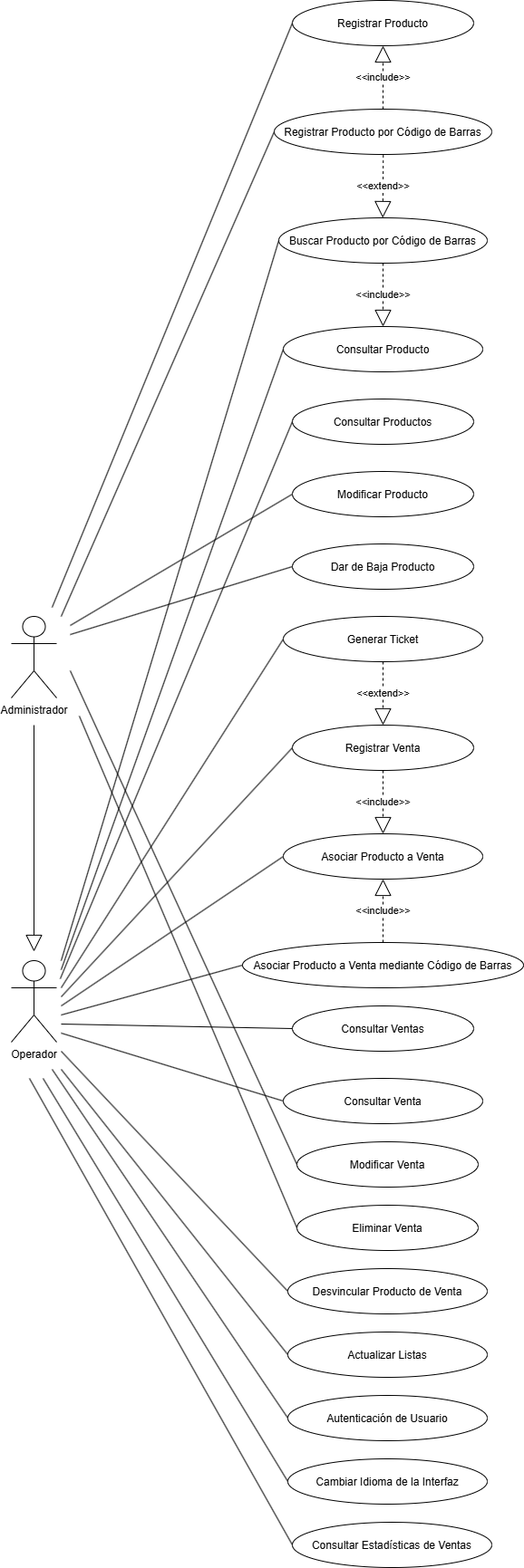
Marcos556149/sales-management-system keeps this draw.io diagram as docs/diagrams/Use_Case_Diagram.png. Above is the earlier version. Source tidied: cells renumbered, new cells last; positions are measured from the earlier drawing's top-left corner, leaving out a move shared by most shapes.
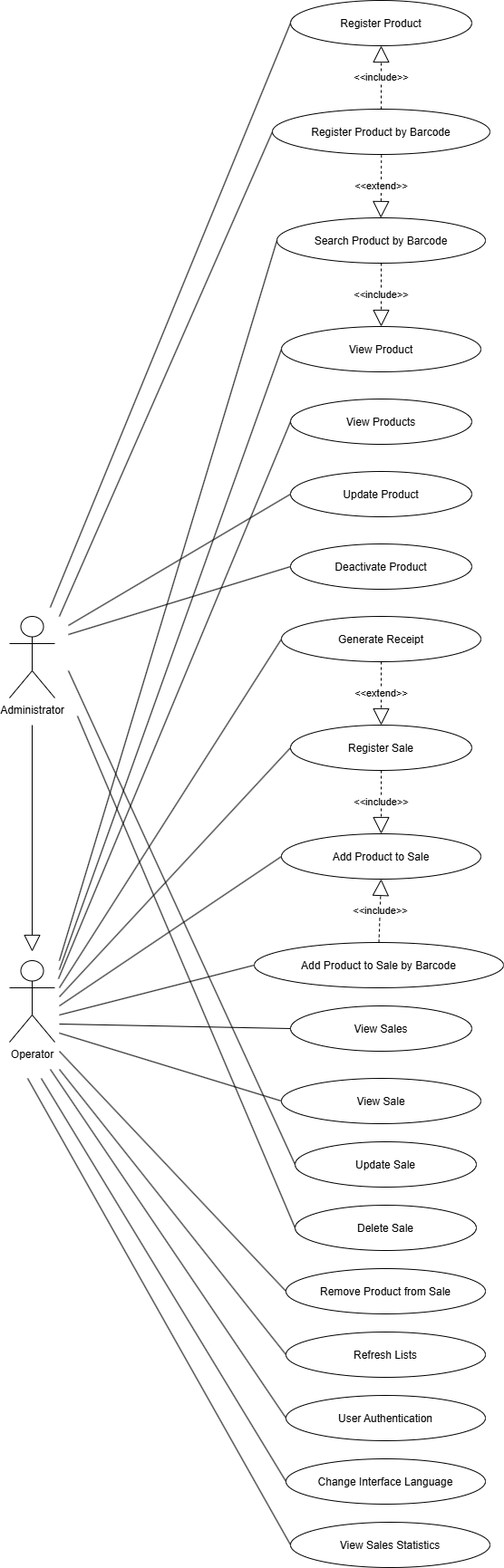
Later version of the same file.

Diff of the diagram source:
```diff
@@ -2,67 +2,67 @@
   <root>
     <mxCell id="0" />
     <mxCell id="1" parent="0" />
-    <mxCell id="2" value="Registrar Producto" style="ellipse;" parent="1" vertex="1">
+    <mxCell id="2" value="Register Product" style="ellipse;" parent="1" vertex="1">
       <mxGeometry x="310" width="200" height="50" as="geometry" />
     </mxCell>
-    <mxCell id="3" value="Consultar Productos" style="ellipse;" parent="1" vertex="1">
+    <mxCell id="3" value="View Products" style="ellipse;" parent="1" vertex="1">
       <mxGeometry x="310" y="440" width="200" height="50" as="geometry" />
     </mxCell>
-    <mxCell id="4" value="Modificar Producto" style="ellipse;" parent="1" vertex="1">
+    <mxCell id="4" value="Update Product" style="ellipse;" parent="1" vertex="1">
       <mxGeometry x="310" y="520" width="200" height="50" as="geometry" />
     </mxCell>
-    <mxCell id="5" value="Dar de Baja Producto" style="ellipse;" parent="1" vertex="1">
+    <mxCell id="5" value="Deactivate Product" style="ellipse;" parent="1" vertex="1">
       <mxGeometry x="310" y="600" width="200" height="50" as="geometry" />
     </mxCell>
-    <mxCell id="6" value="Buscar Producto por Código de Barras" style="ellipse;" parent="1" vertex="1">
+    <mxCell id="6" value="Search Product by Barcode" style="ellipse;" parent="1" vertex="1">
       <mxGeometry x="295" y="240" width="230" height="50" as="geometry" />
     </mxCell>
-    <mxCell id="7" value="Registrar Producto por Código de Barras" style="ellipse;" parent="1" vertex="1">
+    <mxCell id="7" value="Register Product by Barcode" style="ellipse;" parent="1" vertex="1">
       <mxGeometry x="290" y="120" width="240" height="50" as="geometry" />
     </mxCell>
-    <mxCell id="8" value="Consultar Producto" style="ellipse;" parent="1" vertex="1">
+    <mxCell id="8" value="View Product" style="ellipse;" parent="1" vertex="1">
       <mxGeometry x="300" y="360" width="220" height="50" as="geometry" />
     </mxCell>
-    <mxCell id="9" value="Registrar Venta" style="ellipse;" parent="1" vertex="1">
+    <mxCell id="9" value="Register Sale" style="ellipse;" parent="1" vertex="1">
       <mxGeometry x="310" y="800" width="200" height="50" as="geometry" />
     </mxCell>
-    <mxCell id="10" value="Consultar Ventas" style="ellipse;" parent="1" vertex="1">
+    <mxCell id="10" value="View Sales" style="ellipse;" parent="1" vertex="1">
       <mxGeometry x="310" y="1110" width="200" height="50" as="geometry" />
     </mxCell>
-    <mxCell id="11" value="Modificar Venta" style="ellipse;" parent="1" vertex="1">
+    <mxCell id="11" value="Update Sale" style="ellipse;" parent="1" vertex="1">
       <mxGeometry x="315" y="1260" width="200" height="50" as="geometry" />
     </mxCell>
-    <mxCell id="12" value="Eliminar Venta" style="ellipse;" parent="1" vertex="1">
+    <mxCell id="12" value="Delete Sale" style="ellipse;" parent="1" vertex="1">
       <mxGeometry x="315" y="1330" width="200" height="50" as="geometry" />
     </mxCell>
-    <mxCell id="13" value="Asociar Producto a Venta mediante Código de Barras" style="ellipse;" parent="1" vertex="1">
-      <mxGeometry x="255" y="1040" width="310" height="50" as="geometry" />
+    <mxCell id="13" value="Add Product to Sale by Barcode" style="ellipse;" parent="1" vertex="1">
+      <mxGeometry x="270" y="1040" width="275" height="50" as="geometry" />
     </mxCell>
-    <mxCell id="14" value="Asociar Producto a Venta" style="ellipse;" parent="1" vertex="1">
+    <mxCell id="14" value="Add Product to Sale" style="ellipse;" parent="1" vertex="1">
       <mxGeometry x="300" y="920" width="220" height="50" as="geometry" />
     </mxCell>
-    <mxCell id="15" value="Desvincular Producto de Venta" style="ellipse;" parent="1" vertex="1">
+    <mxCell id="15" value="Remove Product from Sale" style="ellipse;" parent="1" vertex="1">
       <mxGeometry x="305" y="1400" width="220" height="50" as="geometry" />
     </mxCell>
-    <mxCell id="16" value="Generar Ticket" style="ellipse;" parent="1" vertex="1">
+    <mxCell id="16" value="Generate Receipt" style="ellipse;" parent="1" vertex="1">
       <mxGeometry x="300" y="680" width="220" height="50" as="geometry" />
     </mxCell>
-    <mxCell id="17" value="Consultar Venta" style="ellipse;" parent="1" vertex="1">
+    <mxCell id="17" value="View Sale" style="ellipse;" parent="1" vertex="1">
       <mxGeometry x="300" y="1190" width="220" height="50" as="geometry" />
     </mxCell>
-    <mxCell id="18" value="Autenticación de Usuario" style="ellipse;" parent="1" vertex="1">
+    <mxCell id="18" value="User Authentication" style="ellipse;" parent="1" vertex="1">
       <mxGeometry x="305" y="1540" width="220" height="50" as="geometry" />
     </mxCell>
-    <mxCell id="19" value="Actualizar Listas" style="ellipse;" parent="1" vertex="1">
+    <mxCell id="19" value="Refresh Lists" style="ellipse;" parent="1" vertex="1">
       <mxGeometry x="305" y="1470" width="220" height="50" as="geometry" />
     </mxCell>
-    <mxCell id="20" value="Administrador" style="shape=umlActor;verticalLabelPosition=bottom;verticalAlign=top;html=1;" parent="1" vertex="1">
+    <mxCell id="20" value="Administrator" style="shape=umlActor;verticalLabelPosition=bottom;verticalAlign=top;html=1;" parent="1" vertex="1">
       <mxGeometry y="680" width="50" height="90" as="geometry" />
     </mxCell>
-    <mxCell id="21" value="Operador" style="shape=umlActor;verticalLabelPosition=bottom;verticalAlign=top;html=1;" parent="1" vertex="1">
+    <mxCell id="21" value="Operator" style="shape=umlActor;verticalLabelPosition=bottom;verticalAlign=top;html=1;" parent="1" vertex="1">
       <mxGeometry y="1060" width="50" height="90" as="geometry" />
     </mxCell>
-    <mxCell id="22" value="Cambiar Idioma de la Interfaz" style="ellipse;" parent="1" vertex="1">
+    <mxCell id="22" value="Change Interface Language" style="ellipse;" parent="1" vertex="1">
       <mxGeometry x="305" y="1610" width="220" height="50" as="geometry" />
     </mxCell>
     <mxCell id="23" value="&amp;lt;&amp;lt;include&amp;gt;&amp;gt;" style="endArrow=block;endSize=16;endFill=0;html=1;rounded=0;dashed=1;exitX=0.5;exitY=1;exitDx=0;exitDy=0;entryX=0.5;entryY=0;entryDx=0;entryDy=0;" parent="1" edge="1" source="6" target="8">
@@ -187,7 +187,7 @@
         <mxPoint x="75" y="790" as="sourcePoint" />
       </mxGeometry>
     </mxCell>
-    <mxCell id="49" value="Consultar Estadísticas de Ventas" style="ellipse;" parent="1" vertex="1">
+    <mxCell id="49" value="View Sales Statistics" style="ellipse;" parent="1" vertex="1">
       <mxGeometry x="310" y="1680" width="220" height="50" as="geometry" />
     </mxCell>
     <mxCell id="50" style="endArrow=none;html=1;rounded=0;entryX=0;entryY=0.5;entryDx=0;entryDy=0;" parent="1" edge="1" target="49">
```
